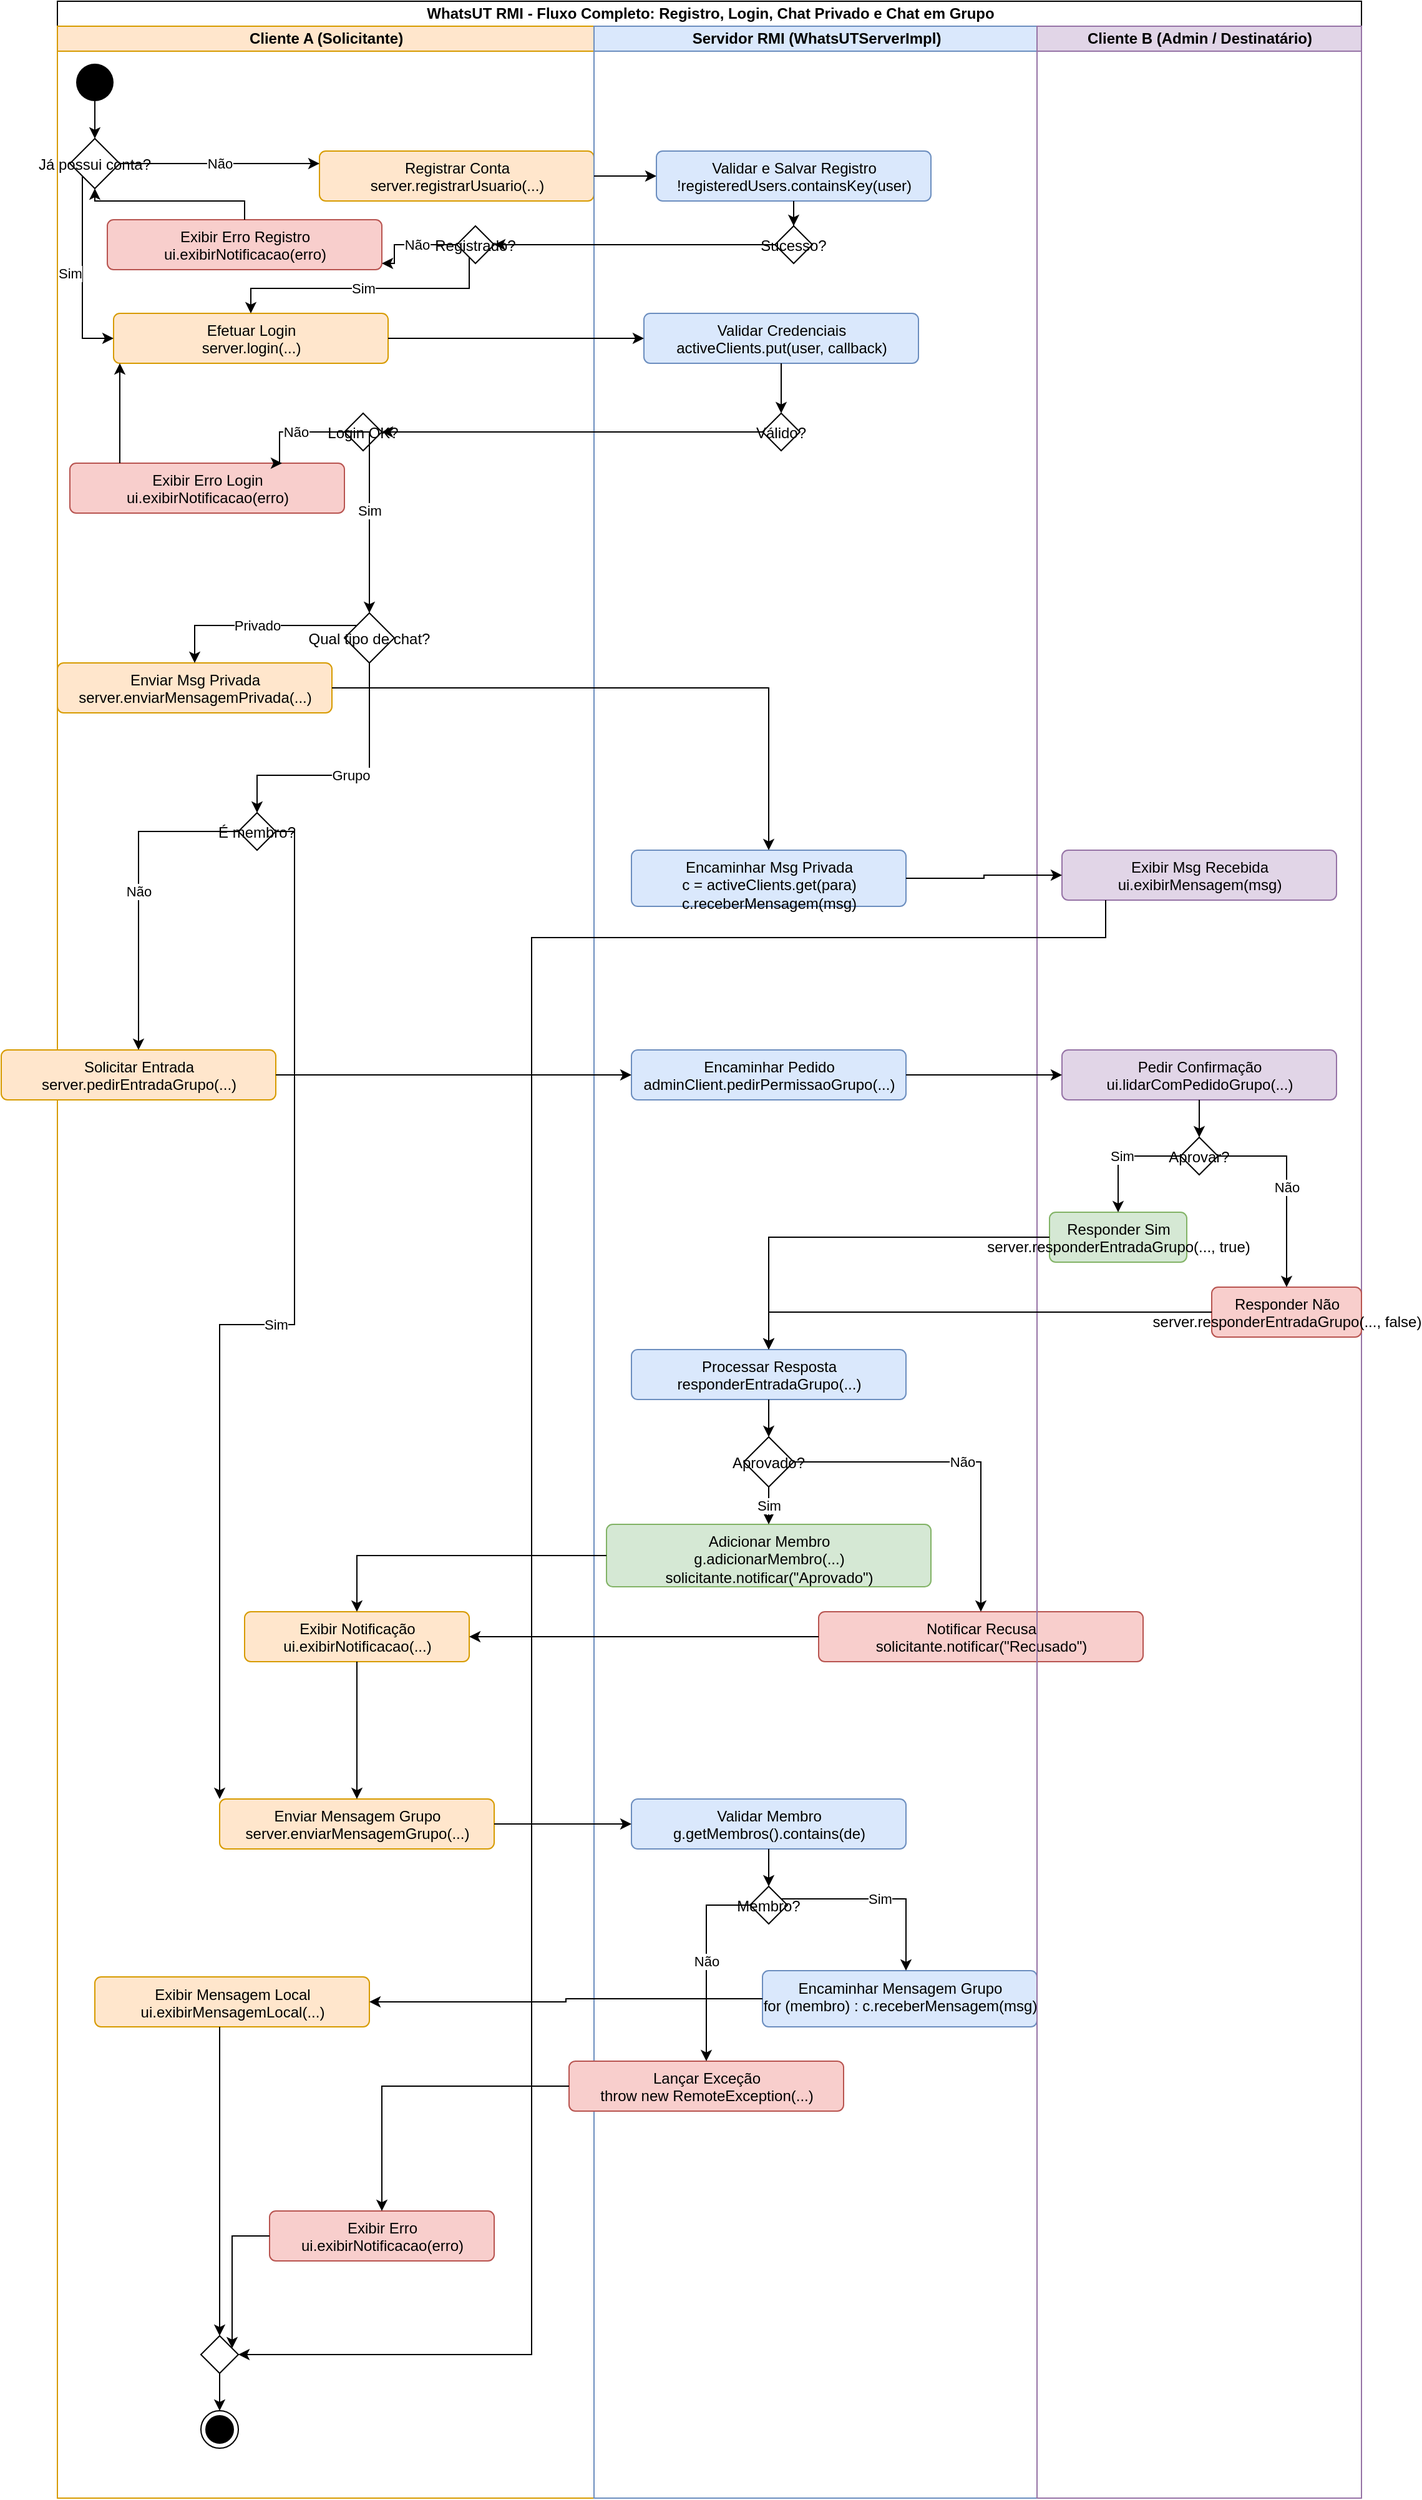
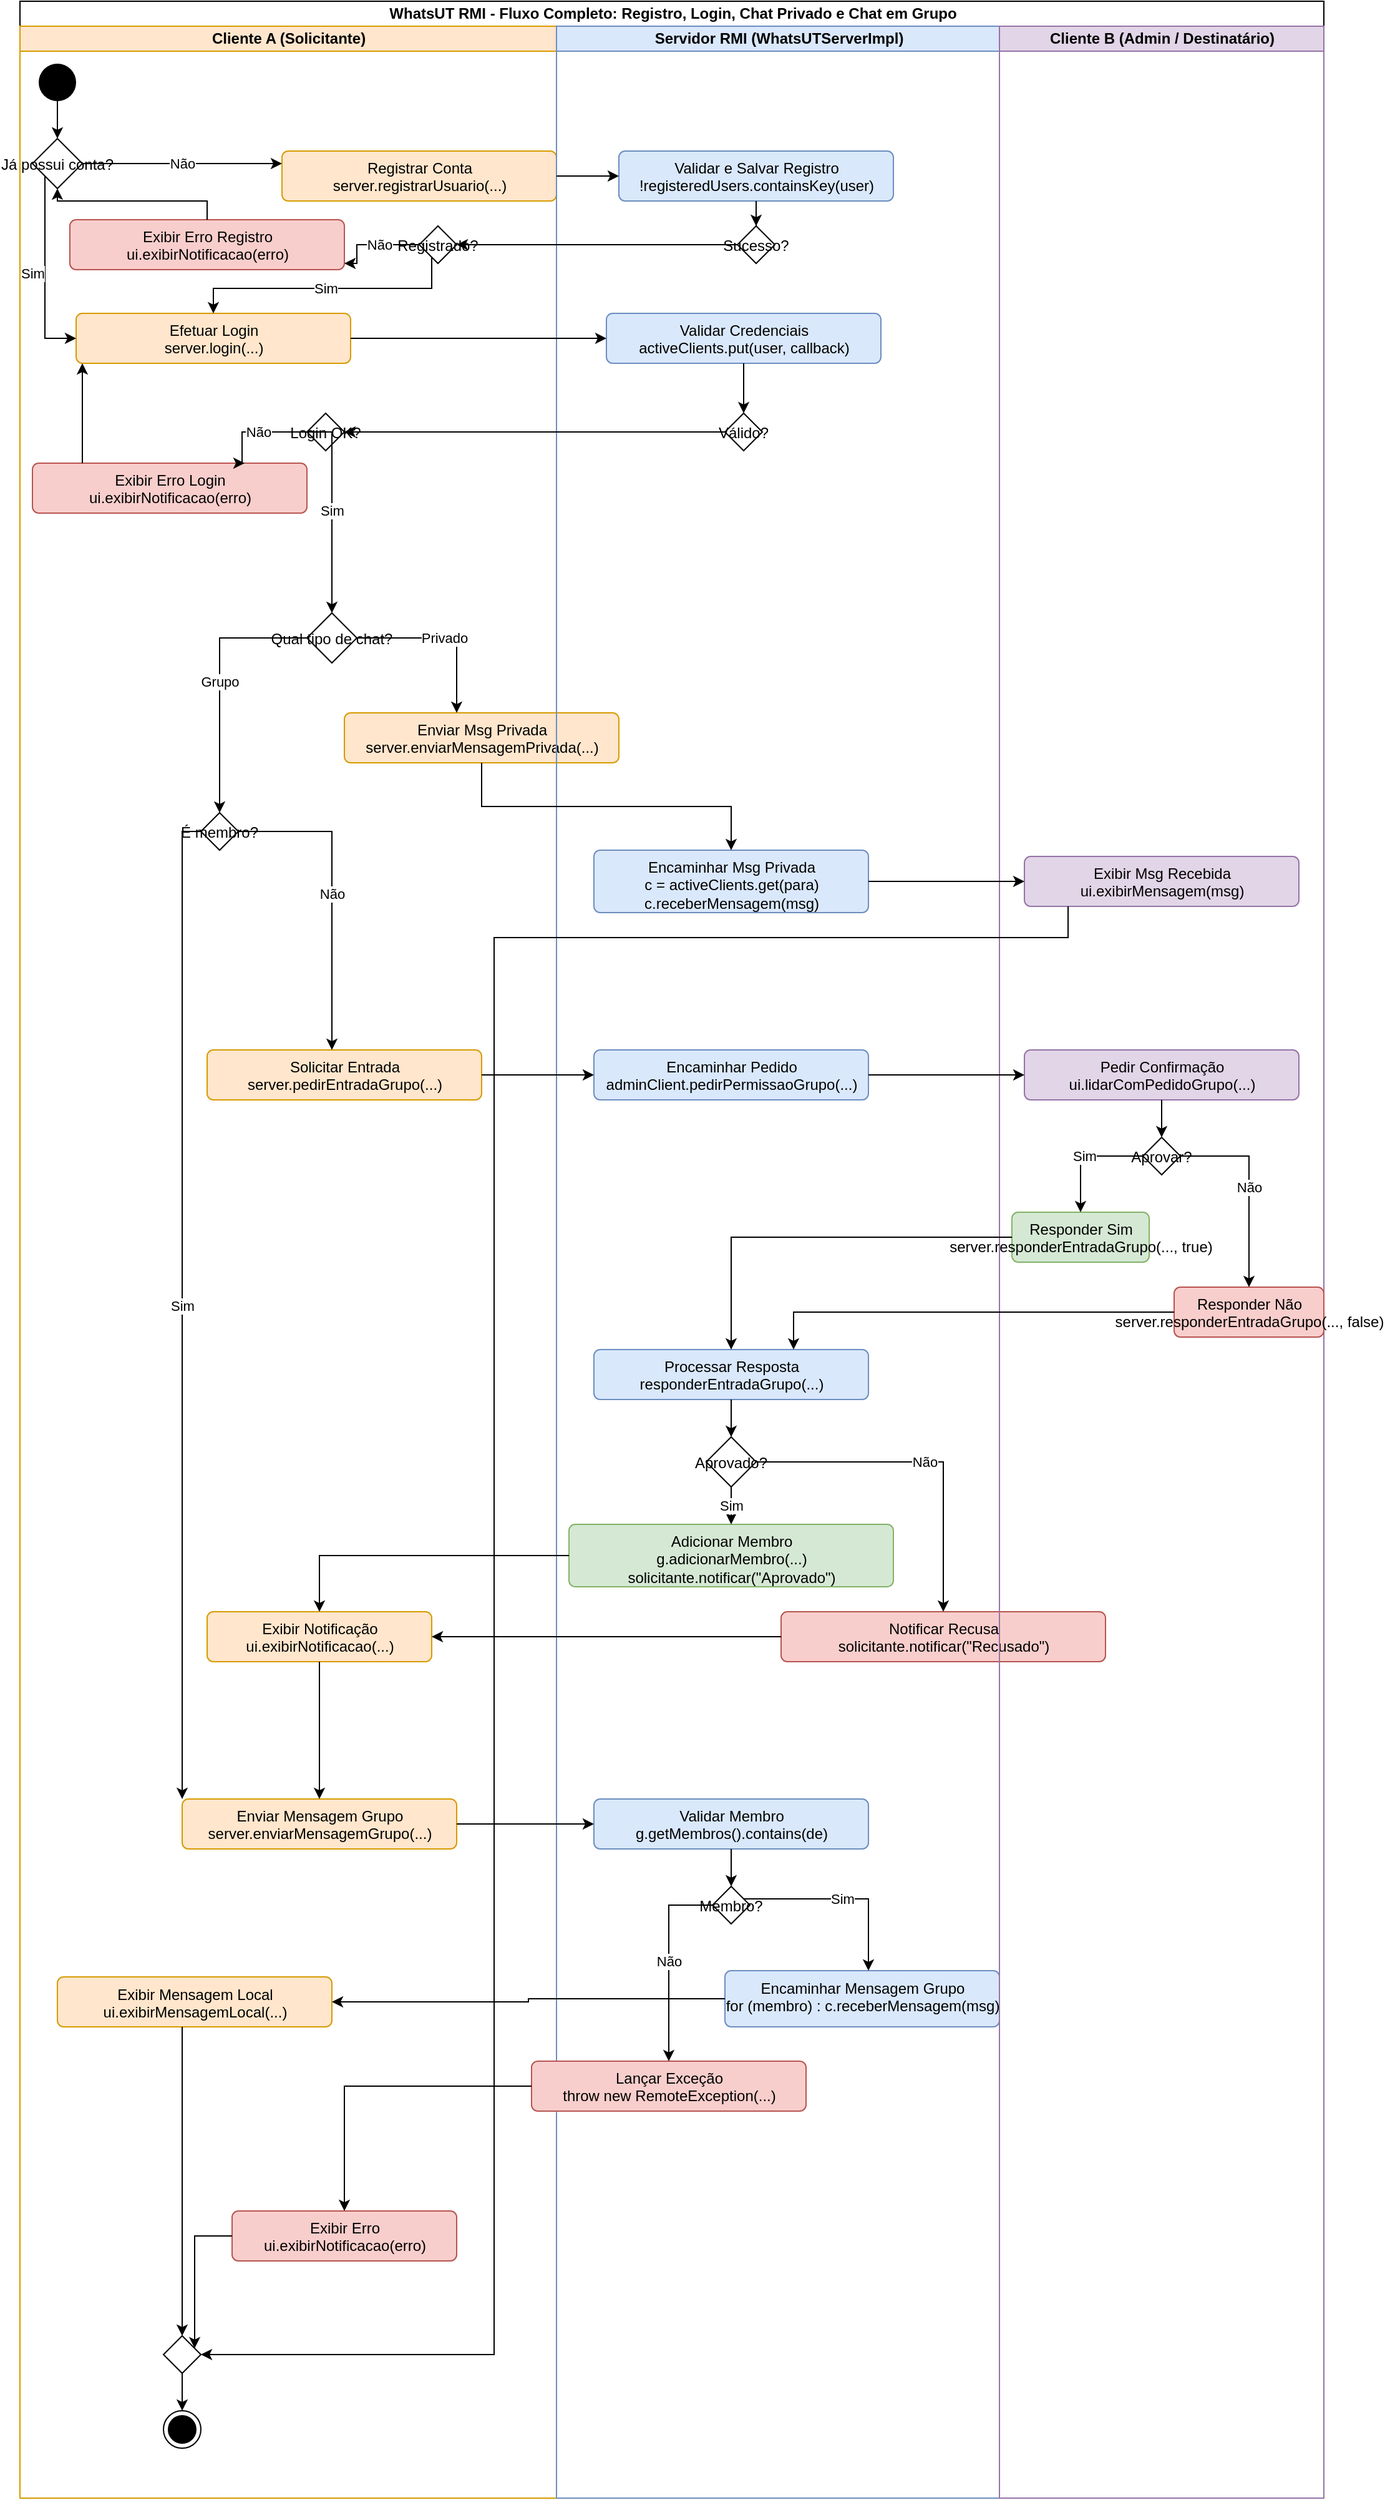
<mxfile host="65bd71144e" pages="1">
    <diagram id="whatsut_activity" name="Activity Diagram">
-         <mxGraphModel dx="1603" dy="333" grid="1" gridSize="10" guides="1" tooltips="1" connect="1" arrows="1" fold="1" page="1" pageScale="1" pageWidth="900" pageHeight="2050" math="0" shadow="0">
+         <mxGraphModel dx="949" dy="611" grid="1" gridSize="10" guides="1" tooltips="1" connect="1" arrows="1" fold="1" page="1" pageScale="1" pageWidth="900" pageHeight="2050" math="0" shadow="0">
            <root>
                <mxCell id="0"/>
                <mxCell id="1" parent="0"/>
                <mxCell id="swimlanes" value="WhatsUT RMI - Fluxo Completo: Registro, Login, Chat Privado e Chat em Grupo" style="swimlane;childLayout=stackLayout;resizeParent=1;resizeParentMax=0;startSize=20;html=1;horizontalStack=1;" parent="1" vertex="1">
                    <mxGeometry x="30" y="40" width="1045" height="2000" as="geometry"/>
                </mxCell>
                <mxCell id="lane_clientA" value="Cliente A (Solicitante)" style="swimlane;startSize=20;html=1;fillColor=#ffe6cc;strokeColor=#d79b00;" parent="swimlanes" vertex="1">
                    <mxGeometry y="20" width="430" height="1980" as="geometry"/>
                </mxCell>
                <mxCell id="actA_start" value="Start" style="ellipse;fillColor=#000000;strokeColor=none;" parent="lane_clientA" vertex="1">
                    <mxGeometry x="15" y="30" width="30" height="30" as="geometry"/>
                </mxCell>
                <mxCell id="decA_hasAccount" value="Já possui conta?" style="rhombus;" parent="lane_clientA" vertex="1">
                    <mxGeometry x="10" y="90" width="40" height="40" as="geometry"/>
                </mxCell>
                <mxCell id="actA_register" value="Registrar Conta&#xa;server.registrarUsuario(...)" style="html=1;align=center;verticalAlign=top;rounded=1;absoluteArcSize=1;arcSize=10;fillColor=#ffe6cc;strokeColor=#d79b00;" parent="lane_clientA" vertex="1">
                    <mxGeometry x="210" y="100" width="220" height="40" as="geometry"/>
                </mxCell>
                <mxCell id="decA_regOk" value="Registrado?" style="rhombus;" parent="lane_clientA" vertex="1">
                    <mxGeometry x="320" y="160" width="30" height="30" as="geometry"/>
                </mxCell>
                <mxCell id="actA_login" value="Efetuar Login&#xa;server.login(...)" style="html=1;align=center;verticalAlign=top;rounded=1;absoluteArcSize=1;arcSize=10;fillColor=#ffe6cc;strokeColor=#d79b00;" parent="lane_clientA" vertex="1">
                    <mxGeometry x="45" y="230" width="220" height="40" as="geometry"/>
                </mxCell>
                <mxCell id="decA_loginOk" value="Login OK?" style="rhombus;" parent="lane_clientA" vertex="1">
                    <mxGeometry x="230" y="310" width="30" height="30" as="geometry"/>
                </mxCell>
                <mxCell id="decA_action" value="Qual tipo de chat?" style="rhombus;" parent="lane_clientA" vertex="1">
                    <mxGeometry x="230" y="470" width="40" height="40" as="geometry"/>
                </mxCell>
                <mxCell id="actA_privMsg" value="Enviar Msg Privada&#xa;server.enviarMensagemPrivada(...)" style="html=1;align=center;verticalAlign=top;rounded=1;absoluteArcSize=1;arcSize=10;fillColor=#ffe6cc;strokeColor=#d79b00;" parent="lane_clientA" vertex="1">
-                     <mxGeometry y="510" width="220" height="40" as="geometry"/>
+                     <mxGeometry x="260" y="550" width="220" height="40" as="geometry"/>
                </mxCell>
                <mxCell id="decA_isGrpMember" value="É membro?" style="rhombus;" parent="lane_clientA" vertex="1">
                    <mxGeometry x="145" y="630" width="30" height="30" as="geometry"/>
                </mxCell>
                <mxCell id="actA_req" value="Solicitar Entrada&#xa;server.pedirEntradaGrupo(...)" style="html=1;align=center;verticalAlign=top;rounded=1;absoluteArcSize=1;arcSize=10;fillColor=#ffe6cc;strokeColor=#d79b00;" parent="lane_clientA" vertex="1">
-                     <mxGeometry x="-45" y="820" width="220" height="40" as="geometry"/>
+                     <mxGeometry x="150" y="820" width="220" height="40" as="geometry"/>
                </mxCell>
                <mxCell id="actA_notify" value="Exibir Notificação&#xa;ui.exibirNotificacao(...)" style="html=1;align=center;verticalAlign=top;rounded=1;absoluteArcSize=1;arcSize=10;fillColor=#ffe6cc;strokeColor=#d79b00;" parent="lane_clientA" vertex="1">
                    <mxGeometry x="150" y="1270" width="180" height="40" as="geometry"/>
                </mxCell>
                <mxCell id="actA_msg" value="Enviar Mensagem Grupo&#xa;server.enviarMensagemGrupo(...)" style="html=1;align=center;verticalAlign=top;rounded=1;absoluteArcSize=1;arcSize=10;fillColor=#ffe6cc;strokeColor=#d79b00;" parent="lane_clientA" vertex="1">
                    <mxGeometry x="130" y="1420" width="220" height="40" as="geometry"/>
                </mxCell>
                <mxCell id="actA_success" value="Exibir Mensagem Local&#xa;ui.exibirMensagemLocal(...)" style="html=1;align=center;verticalAlign=top;rounded=1;absoluteArcSize=1;arcSize=10;fillColor=#ffe6cc;strokeColor=#d79b00;" parent="lane_clientA" vertex="1">
                    <mxGeometry x="30" y="1562.5" width="220" height="40" as="geometry"/>
                </mxCell>
                <mxCell id="actA_error" value="Exibir Erro&#xa;ui.exibirNotificacao(erro)" style="html=1;align=center;verticalAlign=top;rounded=1;absoluteArcSize=1;arcSize=10;fillColor=#f8cecc;strokeColor=#b85450;" parent="lane_clientA" vertex="1">
                    <mxGeometry x="170" y="1750" width="180" height="40" as="geometry"/>
                </mxCell>
                <mxCell id="mergeA_end" value="" style="rhombus;" parent="lane_clientA" vertex="1">
                    <mxGeometry x="115" y="1850" width="30" height="30" as="geometry"/>
                </mxCell>
                <mxCell id="actA_end" value="End" style="ellipse;html=1;shape=endState;fillColor=#000000;strokeColor=#000000;" parent="lane_clientA" vertex="1">
                    <mxGeometry x="115" y="1910" width="30" height="30" as="geometry"/>
                </mxCell>
                <mxCell id="actA_regFail" value="Exibir Erro Registro&#xa;ui.exibirNotificacao(erro)" style="html=1;align=center;verticalAlign=top;rounded=1;absoluteArcSize=1;arcSize=10;fillColor=#f8cecc;strokeColor=#b85450;" parent="lane_clientA" vertex="1">
                    <mxGeometry x="40" y="155" width="220" height="40" as="geometry"/>
                </mxCell>
                <mxCell id="e_decRegOk_no" value="Não" style="edgeStyle=orthogonalEdgeStyle;rounded=0;orthogonalLoop=1;jettySize=auto;html=1;" parent="lane_clientA" source="decA_regOk" target="actA_regFail" edge="1">
                    <mxGeometry x="-0.1426" relative="1" as="geometry">
                        <Array as="points">
                            <mxPoint x="270" y="175"/>
                            <mxPoint x="270" y="190"/>
                        </Array>
                        <mxPoint as="offset"/>
                    </mxGeometry>
                </mxCell>
                <mxCell id="e_regFail_to_hasAccount" style="edgeStyle=orthogonalEdgeStyle;rounded=0;orthogonalLoop=1;jettySize=auto;html=1;" parent="lane_clientA" source="actA_regFail" target="decA_hasAccount" edge="1">
                    <mxGeometry relative="1" as="geometry">
                        <Array as="points">
                            <mxPoint x="150" y="140"/>
                        </Array>
                    </mxGeometry>
                </mxCell>
                <mxCell id="actA_loginFail" value="Exibir Erro Login&#xa;ui.exibirNotificacao(erro)" style="html=1;align=center;verticalAlign=top;rounded=1;absoluteArcSize=1;arcSize=10;fillColor=#f8cecc;strokeColor=#b85450;" parent="lane_clientA" vertex="1">
                    <mxGeometry x="10" y="350" width="220" height="40" as="geometry"/>
                </mxCell>
                <mxCell id="e_decLoginOk_no" value="Não" style="edgeStyle=orthogonalEdgeStyle;rounded=0;orthogonalLoop=1;jettySize=auto;html=1;" parent="lane_clientA" source="decA_loginOk" edge="1">
                    <mxGeometry relative="1" as="geometry">
                        <mxPoint x="180" y="350" as="targetPoint"/>
                        <Array as="points">
                            <mxPoint x="178" y="325"/>
                        </Array>
                    </mxGeometry>
                </mxCell>
                <mxCell id="e_loginFail_to_login" style="edgeStyle=orthogonalEdgeStyle;rounded=0;orthogonalLoop=1;jettySize=auto;html=1;" parent="lane_clientA" source="actA_loginFail" target="actA_login" edge="1">
                    <mxGeometry relative="1" as="geometry">
                        <Array as="points">
                            <mxPoint x="50" y="330"/>
                            <mxPoint x="50" y="330"/>
                        </Array>
                    </mxGeometry>
                </mxCell>
                <mxCell id="e_decLoginOk_yes" value="Sim" style="edgeStyle=orthogonalEdgeStyle;rounded=0;orthogonalLoop=1;jettySize=auto;html=1;exitX=0;exitY=0.5;exitDx=0;exitDy=0;entryX=0.5;entryY=0;entryDx=0;entryDy=0;" parent="lane_clientA" source="decA_loginOk" target="decA_action" edge="1">
                    <mxGeometry relative="1" as="geometry">
                        <mxPoint x="240" y="364.97" as="sourcePoint"/>
                        <mxPoint x="140.030303030303" y="620.000303030303" as="targetPoint"/>
                        <Array as="points">
                            <mxPoint x="250" y="325"/>
                        </Array>
                    </mxGeometry>
                </mxCell>
                <mxCell id="lane_server" value="Servidor RMI (WhatsUTServerImpl)" style="swimlane;startSize=20;html=1;fillColor=#dae8fc;strokeColor=#6c8ebf;" parent="swimlanes" vertex="1">
                    <mxGeometry x="430" y="20" width="355" height="1980" as="geometry"/>
                </mxCell>
                <mxCell id="actS_register" value="Validar e Salvar Registro&#xa;!registeredUsers.containsKey(user)" style="html=1;align=center;verticalAlign=top;rounded=1;absoluteArcSize=1;arcSize=10;fillColor=#dae8fc;strokeColor=#6c8ebf;" parent="lane_server" vertex="1">
                    <mxGeometry x="50" y="100" width="220" height="40" as="geometry"/>
                </mxCell>
                <mxCell id="decS_regOk" value="Sucesso?" style="rhombus;" parent="lane_server" vertex="1">
                    <mxGeometry x="145" y="160" width="30" height="30" as="geometry"/>
                </mxCell>
                <mxCell id="actS_login" value="Validar Credenciais&#xa;activeClients.put(user, callback)" style="html=1;align=center;verticalAlign=top;rounded=1;absoluteArcSize=1;arcSize=10;fillColor=#dae8fc;strokeColor=#6c8ebf;" parent="lane_server" vertex="1">
                    <mxGeometry x="40" y="230" width="220" height="40" as="geometry"/>
                </mxCell>
                <mxCell id="decS_loginOk" value="Válido?" style="rhombus;" parent="lane_server" vertex="1">
                    <mxGeometry x="135" y="310" width="30" height="30" as="geometry"/>
                </mxCell>
                <mxCell id="actS_forwardPriv" value="Encaminhar Msg Privada&#xa;c = activeClients.get(para)&#xa;c.receberMensagem(msg)" style="html=1;align=center;verticalAlign=top;rounded=1;absoluteArcSize=1;arcSize=10;fillColor=#dae8fc;strokeColor=#6c8ebf;" parent="lane_server" vertex="1">
-                     <mxGeometry x="30" y="660" width="220" height="45" as="geometry"/>
+                     <mxGeometry x="30" y="660" width="220" height="50" as="geometry"/>
                </mxCell>
                <mxCell id="actS_req" value="Encaminhar Pedido&#xa;adminClient.pedirPermissaoGrupo(...)" style="html=1;align=center;verticalAlign=top;rounded=1;absoluteArcSize=1;arcSize=10;fillColor=#dae8fc;strokeColor=#6c8ebf;" parent="lane_server" vertex="1">
                    <mxGeometry x="30" y="820" width="220" height="40" as="geometry"/>
                </mxCell>
                <mxCell id="actS_resp" value="Processar Resposta&#xa;responderEntradaGrupo(...)" style="html=1;align=center;verticalAlign=top;rounded=1;absoluteArcSize=1;arcSize=10;fillColor=#dae8fc;strokeColor=#6c8ebf;" parent="lane_server" vertex="1">
                    <mxGeometry x="30" y="1060" width="220" height="40" as="geometry"/>
                </mxCell>
                <mxCell id="decS_approved" value="Aprovado?" style="rhombus;" parent="lane_server" vertex="1">
                    <mxGeometry x="120" y="1130" width="40" height="40" as="geometry"/>
                </mxCell>
                <mxCell id="actS_add" value="Adicionar Membro&#xa;g.adicionarMembro(...)&#xa;solicitante.notificar(&quot;Aprovado&quot;)" style="html=1;align=center;verticalAlign=top;rounded=1;absoluteArcSize=1;arcSize=10;fillColor=#d5e8d4;strokeColor=#82b366;" parent="lane_server" vertex="1">
                    <mxGeometry x="10" y="1200" width="260" height="50" as="geometry"/>
                </mxCell>
                <mxCell id="actS_reject" value="Notificar Recusa&#xa;solicitante.notificar(&quot;Recusado&quot;)" style="html=1;align=center;verticalAlign=top;rounded=1;absoluteArcSize=1;arcSize=10;fillColor=#f8cecc;strokeColor=#b85450;" parent="lane_server" vertex="1">
                    <mxGeometry x="180" y="1270" width="260" height="40" as="geometry"/>
                </mxCell>
                <mxCell id="actS_validate" value="Validar Membro&#xa;g.getMembros().contains(de)" style="html=1;align=center;verticalAlign=top;rounded=1;absoluteArcSize=1;arcSize=10;fillColor=#dae8fc;strokeColor=#6c8ebf;" parent="lane_server" vertex="1">
                    <mxGeometry x="30" y="1420" width="220" height="40" as="geometry"/>
                </mxCell>
                <mxCell id="decS_isMember" value="Membro?" style="rhombus;" parent="lane_server" vertex="1">
                    <mxGeometry x="125" y="1490" width="30" height="30" as="geometry"/>
                </mxCell>
                <mxCell id="actS_exception" value="Lançar Exceção&#xa;throw new RemoteException(...)" style="html=1;align=center;verticalAlign=top;rounded=1;absoluteArcSize=1;arcSize=10;fillColor=#f8cecc;strokeColor=#b85450;" parent="lane_server" vertex="1">
                    <mxGeometry x="-20" y="1630" width="220" height="40" as="geometry"/>
                </mxCell>
                <mxCell id="actS_forward" value="Encaminhar Mensagem Grupo&#xa;for (membro) : c.receberMensagem(msg)" style="html=1;align=center;verticalAlign=top;rounded=1;absoluteArcSize=1;arcSize=10;fillColor=#dae8fc;strokeColor=#6c8ebf;" parent="lane_server" vertex="1">
                    <mxGeometry x="135" y="1557.5" width="220" height="45" as="geometry"/>
                </mxCell>
                <mxCell id="e_isMember_yes_fwd" value="Sim" style="edgeStyle=orthogonalEdgeStyle;rounded=0;orthogonalLoop=1;jettySize=auto;html=1;" parent="lane_server" source="decS_isMember" target="actS_forward" edge="1">
                    <mxGeometry relative="1" as="geometry">
                        <Array as="points">
                            <mxPoint x="250" y="1500"/>
                        </Array>
                    </mxGeometry>
                </mxCell>
                <mxCell id="lane_clientB" value="Cliente B (Admin / Destinatário)" style="swimlane;startSize=20;html=1;fillColor=#e1d5e7;strokeColor=#9673a6;" parent="swimlanes" vertex="1">
                    <mxGeometry x="785" y="20" width="260" height="1980" as="geometry"/>
                </mxCell>
                <mxCell id="actB_recvPriv" value="Exibir Msg Recebida&#xa;ui.exibirMensagem(msg)" style="html=1;align=center;verticalAlign=top;rounded=1;absoluteArcSize=1;arcSize=10;fillColor=#e1d5e7;strokeColor=#9673a6;" parent="lane_clientB" vertex="1">
-                     <mxGeometry x="20" y="660" width="220" height="40" as="geometry"/>
+                     <mxGeometry x="20" y="665" width="220" height="40" as="geometry"/>
                </mxCell>
                <mxCell id="actB_popup" value="Pedir Confirmação&#xa;ui.lidarComPedidoGrupo(...)" style="html=1;align=center;verticalAlign=top;rounded=1;absoluteArcSize=1;arcSize=10;fillColor=#e1d5e7;strokeColor=#9673a6;" parent="lane_clientB" vertex="1">
                    <mxGeometry x="20" y="820" width="220" height="40" as="geometry"/>
                </mxCell>
                <mxCell id="decB_approve" value="Aprovar?" style="rhombus;" parent="lane_clientB" vertex="1">
                    <mxGeometry x="115" y="890" width="30" height="30" as="geometry"/>
                </mxCell>
                <mxCell id="actB_yes" value="Responder Sim&#xa;server.responderEntradaGrupo(..., true)" style="html=1;align=center;verticalAlign=top;rounded=1;absoluteArcSize=1;arcSize=10;fillColor=#d5e8d4;strokeColor=#82b366;" parent="lane_clientB" vertex="1">
                    <mxGeometry x="10" y="950" width="110" height="40" as="geometry"/>
                </mxCell>
                <mxCell id="actB_no" value="Responder Não&#xa;server.responderEntradaGrupo(..., false)" style="html=1;align=center;verticalAlign=top;rounded=1;absoluteArcSize=1;arcSize=10;fillColor=#f8cecc;strokeColor=#b85450;" parent="lane_clientB" vertex="1">
                    <mxGeometry x="140" y="1010" width="120" height="40" as="geometry"/>
                </mxCell>
                <mxCell id="e_forward_to_success" style="edgeStyle=orthogonalEdgeStyle;rounded=0;orthogonalLoop=1;jettySize=auto;html=1;" parent="swimlanes" source="actS_forward" target="actA_success" edge="1">
                    <mxGeometry relative="1" as="geometry"/>
                </mxCell>
                <mxCell id="e_start_to_hasAccount" style="edgeStyle=orthogonalEdgeStyle;rounded=0;orthogonalLoop=1;jettySize=auto;html=1;" parent="1" source="actA_start" target="decA_hasAccount" edge="1">
                    <mxGeometry relative="1" as="geometry"/>
                </mxCell>
                <mxCell id="e_hasAccount_no" value="Não" style="edgeStyle=orthogonalEdgeStyle;rounded=0;orthogonalLoop=1;jettySize=auto;html=1;" parent="1" source="decA_hasAccount" target="actA_register" edge="1">
                    <mxGeometry relative="1" as="geometry">
                        <Array as="points">
                            <mxPoint x="260" y="160"/>
                            <mxPoint x="260" y="160"/>
                        </Array>
                    </mxGeometry>
                </mxCell>
                <mxCell id="e_register_to_server" style="edgeStyle=orthogonalEdgeStyle;rounded=0;orthogonalLoop=1;jettySize=auto;html=1;" parent="1" source="actA_register" target="actS_register" edge="1">
                    <mxGeometry relative="1" as="geometry"/>
                </mxCell>
                <mxCell id="e_server_to_decReg" style="edgeStyle=orthogonalEdgeStyle;rounded=0;orthogonalLoop=1;jettySize=auto;html=1;" parent="1" source="actS_register" target="decS_regOk" edge="1">
                    <mxGeometry relative="1" as="geometry"/>
                </mxCell>
                <mxCell id="e_decReg_to_clientDec" style="edgeStyle=orthogonalEdgeStyle;rounded=0;orthogonalLoop=1;jettySize=auto;html=1;" parent="1" source="decS_regOk" target="decA_regOk" edge="1">
                    <mxGeometry relative="1" as="geometry"/>
                </mxCell>
                <mxCell id="e_decRegOk_yes" value="Sim" style="edgeStyle=orthogonalEdgeStyle;rounded=0;orthogonalLoop=1;jettySize=auto;html=1;" parent="1" source="decA_regOk" target="actA_login" edge="1">
                    <mxGeometry relative="1" as="geometry">
                        <Array as="points">
                            <mxPoint x="360" y="270"/>
                            <mxPoint x="185" y="270"/>
                        </Array>
                    </mxGeometry>
                </mxCell>
                <mxCell id="e_hasAccount_yes" value="Sim" style="edgeStyle=orthogonalEdgeStyle;rounded=0;orthogonalLoop=1;jettySize=auto;html=1;" parent="1" source="decA_hasAccount" target="actA_login" edge="1">
                    <mxGeometry x="0.0003" y="-10" relative="1" as="geometry">
                        <Array as="points">
                            <mxPoint x="50" y="310"/>
                        </Array>
                        <mxPoint as="offset"/>
                    </mxGeometry>
                </mxCell>
                <mxCell id="e_login_to_server" style="edgeStyle=orthogonalEdgeStyle;rounded=0;orthogonalLoop=1;jettySize=auto;html=1;" parent="1" source="actA_login" target="actS_login" edge="1">
                    <mxGeometry relative="1" as="geometry"/>
                </mxCell>
                <mxCell id="e_server_to_decLogin" style="edgeStyle=orthogonalEdgeStyle;rounded=0;orthogonalLoop=1;jettySize=auto;html=1;" parent="1" source="actS_login" target="decS_loginOk" edge="1">
                    <mxGeometry relative="1" as="geometry"/>
                </mxCell>
                <mxCell id="e_decLogin_to_clientDec" style="edgeStyle=orthogonalEdgeStyle;rounded=0;orthogonalLoop=1;jettySize=auto;html=1;" parent="1" source="decS_loginOk" target="decA_loginOk" edge="1">
                    <mxGeometry relative="1" as="geometry">
                        <Array as="points">
                            <mxPoint x="320" y="385"/>
                            <mxPoint x="320" y="385"/>
                        </Array>
                    </mxGeometry>
                </mxCell>
                <mxCell id="e_action_priv" value="Privado" style="edgeStyle=orthogonalEdgeStyle;rounded=0;orthogonalLoop=1;jettySize=auto;html=1;" parent="1" source="decA_action" target="actA_privMsg" edge="1">
                    <mxGeometry relative="1" as="geometry">
                        <Array as="points">
-                             <mxPoint x="140" y="540"/>
+                             <mxPoint x="380" y="550"/>
                        </Array>
                    </mxGeometry>
                </mxCell>
                <mxCell id="e_action_group" value="Grupo" style="edgeStyle=orthogonalEdgeStyle;rounded=0;orthogonalLoop=1;jettySize=auto;html=1;" parent="1" source="decA_action" target="decA_isGrpMember" edge="1">
                    <mxGeometry relative="1" as="geometry">
                        <Array as="points">
-                             <mxPoint x="280" y="660"/>
-                             <mxPoint x="190" y="660"/>
+                             <mxPoint x="190" y="550"/>
                        </Array>
                    </mxGeometry>
                </mxCell>
                <mxCell id="e_privMsg_to_server" style="edgeStyle=orthogonalEdgeStyle;rounded=0;orthogonalLoop=1;jettySize=auto;html=1;" parent="1" source="actA_privMsg" target="actS_forwardPriv" edge="1">
                    <mxGeometry relative="1" as="geometry"/>
                </mxCell>
                <mxCell id="e_server_to_recvPriv" style="edgeStyle=orthogonalEdgeStyle;rounded=0;orthogonalLoop=1;jettySize=auto;html=1;" parent="1" source="actS_forwardPriv" target="actB_recvPriv" edge="1">
                    <mxGeometry relative="1" as="geometry"/>
                </mxCell>
                <mxCell id="e_recvPriv_to_merge" style="edgeStyle=orthogonalEdgeStyle;rounded=0;orthogonalLoop=1;jettySize=auto;html=1;" parent="1" source="actB_recvPriv" target="mergeA_end" edge="1">
                    <mxGeometry relative="1" as="geometry">
                        <Array as="points">
                            <mxPoint x="870" y="790"/>
                            <mxPoint x="410" y="790"/>
                            <mxPoint x="410" y="1925"/>
                        </Array>
                    </mxGeometry>
                </mxCell>
                <mxCell id="e_isMember_no" value="Não" style="edgeStyle=orthogonalEdgeStyle;rounded=0;orthogonalLoop=1;jettySize=auto;html=1;" parent="1" source="decA_isGrpMember" target="actA_req" edge="1">
                    <mxGeometry relative="1" as="geometry">
                        <Array as="points">
-                             <mxPoint x="95" y="705"/>
+                             <mxPoint x="280" y="705"/>
                        </Array>
                    </mxGeometry>
                </mxCell>
                <mxCell id="e_isMember_yes" value="Sim" style="edgeStyle=orthogonalEdgeStyle;rounded=0;orthogonalLoop=1;jettySize=auto;html=1;" parent="1" source="decA_isGrpMember" target="actA_msg" edge="1">
                    <mxGeometry relative="1" as="geometry">
                        <Array as="points">
-                             <mxPoint x="220" y="705"/>
-                             <mxPoint x="220" y="1100"/>
-                             <mxPoint x="160" y="1100"/>
-                             <mxPoint x="160" y="1500"/>
+                             <mxPoint x="160" y="705"/>
                        </Array>
                    </mxGeometry>
                </mxCell>
                <mxCell id="e_req_to_server" style="edgeStyle=orthogonalEdgeStyle;rounded=0;orthogonalLoop=1;jettySize=auto;html=1;" parent="1" source="actA_req" target="actS_req" edge="1">
                    <mxGeometry relative="1" as="geometry"/>
                </mxCell>
                <mxCell id="e_server_to_popup" style="edgeStyle=orthogonalEdgeStyle;rounded=0;orthogonalLoop=1;jettySize=auto;html=1;" parent="1" source="actS_req" target="actB_popup" edge="1">
                    <mxGeometry relative="1" as="geometry"/>
                </mxCell>
                <mxCell id="e_popup_to_decApprove" style="edgeStyle=orthogonalEdgeStyle;rounded=0;orthogonalLoop=1;jettySize=auto;html=1;" parent="1" source="actB_popup" target="decB_approve" edge="1">
                    <mxGeometry relative="1" as="geometry"/>
                </mxCell>
                <mxCell id="e_approve_yes" value="Sim" style="edgeStyle=orthogonalEdgeStyle;rounded=0;orthogonalLoop=1;jettySize=auto;html=1;" parent="1" source="decB_approve" target="actB_yes" edge="1">
                    <mxGeometry relative="1" as="geometry">
                        <Array as="points">
                            <mxPoint x="880" y="965"/>
                        </Array>
                    </mxGeometry>
                </mxCell>
                <mxCell id="e_approve_no" value="Não" style="edgeStyle=orthogonalEdgeStyle;rounded=0;orthogonalLoop=1;jettySize=auto;html=1;" parent="1" source="decB_approve" target="actB_no" edge="1">
                    <mxGeometry relative="1" as="geometry">
                        <Array as="points">
                            <mxPoint x="1015" y="965"/>
                        </Array>
                    </mxGeometry>
                </mxCell>
                <mxCell id="e_yes_to_server" style="edgeStyle=orthogonalEdgeStyle;rounded=0;orthogonalLoop=1;jettySize=auto;html=1;" parent="1" source="actB_yes" target="actS_resp" edge="1">
                    <mxGeometry relative="1" as="geometry"/>
                </mxCell>
                <mxCell id="e_no_to_server" style="edgeStyle=orthogonalEdgeStyle;rounded=0;orthogonalLoop=1;jettySize=auto;html=1;" parent="1" source="actB_no" target="actS_resp" edge="1">
-                     <mxGeometry relative="1" as="geometry"/>
+                     <mxGeometry relative="1" as="geometry">
+                         <Array as="points">
+                             <mxPoint x="650" y="1090"/>
+                         </Array>
+                     </mxGeometry>
                </mxCell>
                <mxCell id="e_server_to_decApproved" style="edgeStyle=orthogonalEdgeStyle;rounded=0;orthogonalLoop=1;jettySize=auto;html=1;" parent="1" source="actS_resp" target="decS_approved" edge="1">
                    <mxGeometry relative="1" as="geometry"/>
                </mxCell>
                <mxCell id="e_approved_yes" value="Sim" style="edgeStyle=orthogonalEdgeStyle;rounded=0;orthogonalLoop=1;jettySize=auto;html=1;" parent="1" source="decS_approved" target="actS_add" edge="1">
                    <mxGeometry relative="1" as="geometry"/>
                </mxCell>
                <mxCell id="e_approved_no" value="Não" style="edgeStyle=orthogonalEdgeStyle;rounded=0;orthogonalLoop=1;jettySize=auto;html=1;" parent="1" source="decS_approved" target="actS_reject" edge="1">
                    <mxGeometry relative="1" as="geometry"/>
                </mxCell>
                <mxCell id="e_add_to_notify" style="edgeStyle=orthogonalEdgeStyle;rounded=0;orthogonalLoop=1;jettySize=auto;html=1;" parent="1" source="actS_add" target="actA_notify" edge="1">
                    <mxGeometry relative="1" as="geometry"/>
                </mxCell>
                <mxCell id="e_reject_to_notify" style="edgeStyle=orthogonalEdgeStyle;rounded=0;orthogonalLoop=1;jettySize=auto;html=1;" parent="1" source="actS_reject" target="actA_notify" edge="1">
                    <mxGeometry relative="1" as="geometry"/>
                </mxCell>
                <mxCell id="e_notify_to_msg" style="edgeStyle=orthogonalEdgeStyle;rounded=0;orthogonalLoop=1;jettySize=auto;html=1;" parent="1" source="actA_notify" target="actA_msg" edge="1">
                    <mxGeometry relative="1" as="geometry"/>
                </mxCell>
                <mxCell id="e_msg_to_validate" style="edgeStyle=orthogonalEdgeStyle;rounded=0;orthogonalLoop=1;jettySize=auto;html=1;" parent="1" source="actA_msg" target="actS_validate" edge="1">
                    <mxGeometry relative="1" as="geometry"/>
                </mxCell>
                <mxCell id="e_validate_to_decMember" style="edgeStyle=orthogonalEdgeStyle;rounded=0;orthogonalLoop=1;jettySize=auto;html=1;" parent="1" source="actS_validate" target="decS_isMember" edge="1">
                    <mxGeometry relative="1" as="geometry"/>
                </mxCell>
                <mxCell id="e_isMember_no_exc" value="Não" style="edgeStyle=orthogonalEdgeStyle;rounded=0;orthogonalLoop=1;jettySize=auto;html=1;" parent="1" source="decS_isMember" target="actS_exception" edge="1">
                    <mxGeometry relative="1" as="geometry">
                        <Array as="points">
                            <mxPoint x="550" y="1565"/>
                        </Array>
                    </mxGeometry>
                </mxCell>
                <mxCell id="e_exception_to_error" style="edgeStyle=orthogonalEdgeStyle;rounded=0;orthogonalLoop=1;jettySize=auto;html=1;" parent="1" source="actS_exception" target="actA_error" edge="1">
                    <mxGeometry relative="1" as="geometry"/>
                </mxCell>
                <mxCell id="e_success_to_merge" style="edgeStyle=orthogonalEdgeStyle;rounded=0;orthogonalLoop=1;jettySize=auto;html=1;" parent="1" source="actA_success" target="mergeA_end" edge="1">
                    <mxGeometry relative="1" as="geometry">
                        <Array as="points">
                            <mxPoint x="160" y="1700"/>
                            <mxPoint x="160" y="1700"/>
                        </Array>
                    </mxGeometry>
                </mxCell>
                <mxCell id="e_error_to_merge" style="edgeStyle=orthogonalEdgeStyle;rounded=0;orthogonalLoop=1;jettySize=auto;html=1;" parent="1" source="actA_error" target="mergeA_end" edge="1">
                    <mxGeometry relative="1" as="geometry">
                        <Array as="points">
                            <mxPoint x="170" y="1830"/>
                        </Array>
                    </mxGeometry>
                </mxCell>
                <mxCell id="e_merge_to_end" style="edgeStyle=orthogonalEdgeStyle;rounded=0;orthogonalLoop=1;jettySize=auto;html=1;" parent="1" source="mergeA_end" target="actA_end" edge="1">
                    <mxGeometry relative="1" as="geometry"/>
                </mxCell>
            </root>
        </mxGraphModel>
    </diagram>
</mxfile>